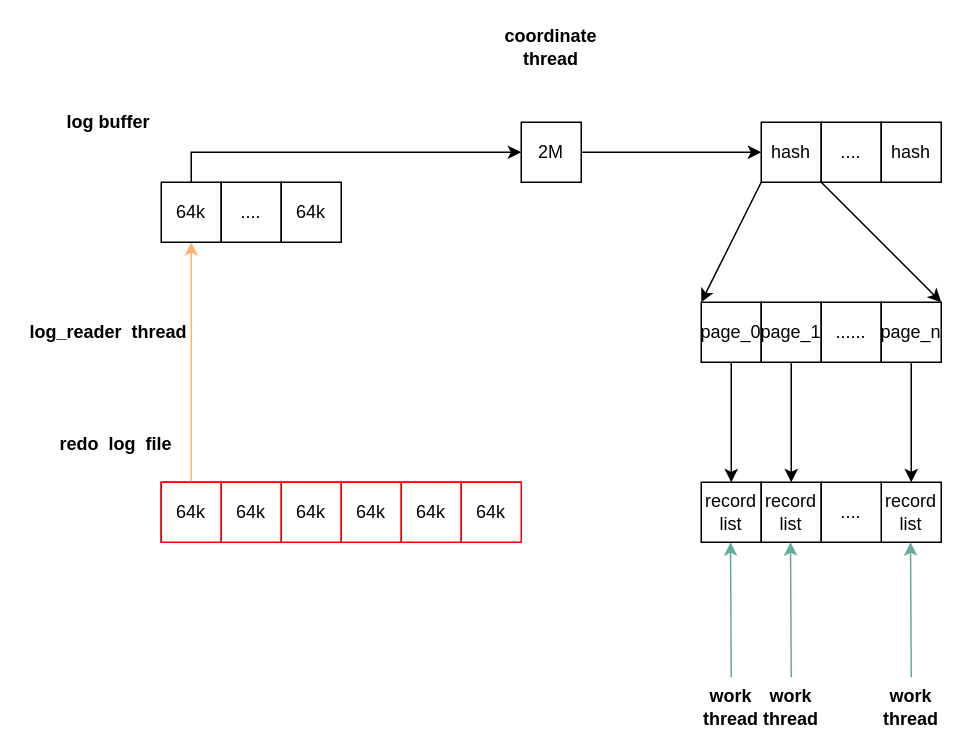
The draw.io diagram redo_apply.drawio in xingyingone/onekv, before the edit. Source tidied: cells renumbered, new cells numbered last; positions are measured from the earlier drawing's top-left corner, leaving out a move shared by most shapes. Both pictures are drawn from the tidied source at 150%, with x=0, y=0 at pixel (26, 32).
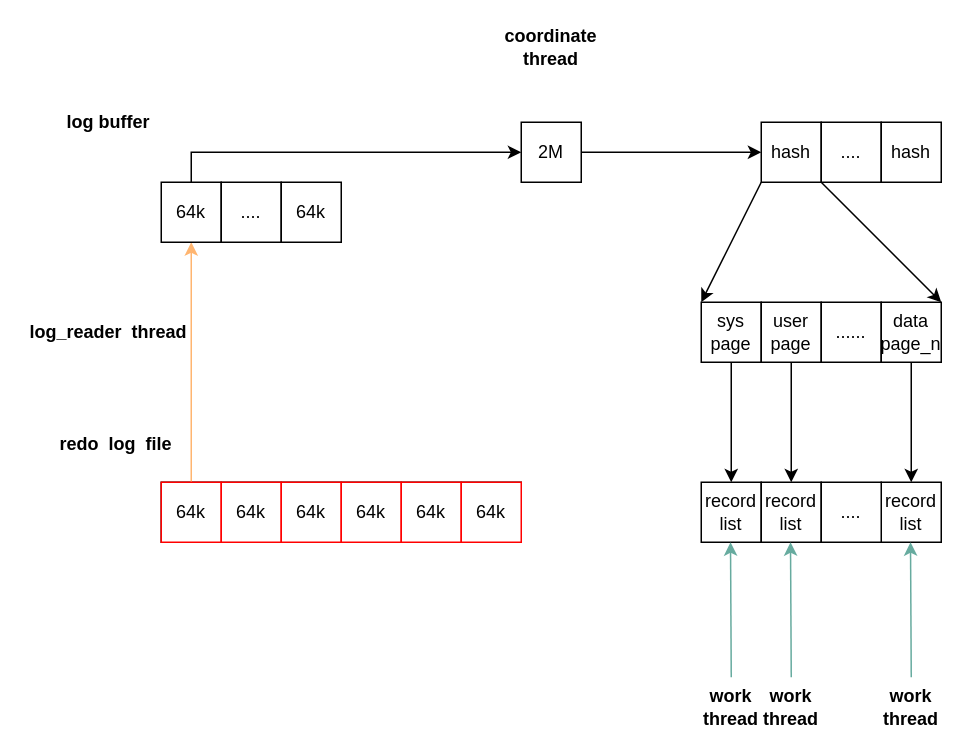
The same diagram, later.

Diff of the diagram source:
```diff
@@
-    <mxCell id="25" value="page_0" style="whiteSpace=wrap;html=1;" parent="1" vertex="1">
+    <mxCell id="25" value="sys page" style="whiteSpace=wrap;html=1;" parent="1" vertex="1">
       <mxGeometry x="450" y="180" width="40" height="40" as="geometry" />
     </mxCell>
@@
-    <mxCell id="27" value="page_1" style="whiteSpace=wrap;html=1;" parent="1" vertex="1">
+    <mxCell id="27" value="user page" style="whiteSpace=wrap;html=1;" parent="1" vertex="1">
       <mxGeometry x="490" y="180" width="40" height="40" as="geometry" />
     </mxCell>
@@
-    <mxCell id="30" value="page_n" style="whiteSpace=wrap;html=1;" parent="1" vertex="1">
+    <mxCell id="30" value="data page_n" style="whiteSpace=wrap;html=1;" parent="1" vertex="1">
       <mxGeometry x="570" y="180" width="40" height="40" as="geometry" />
     </mxCell>
```
